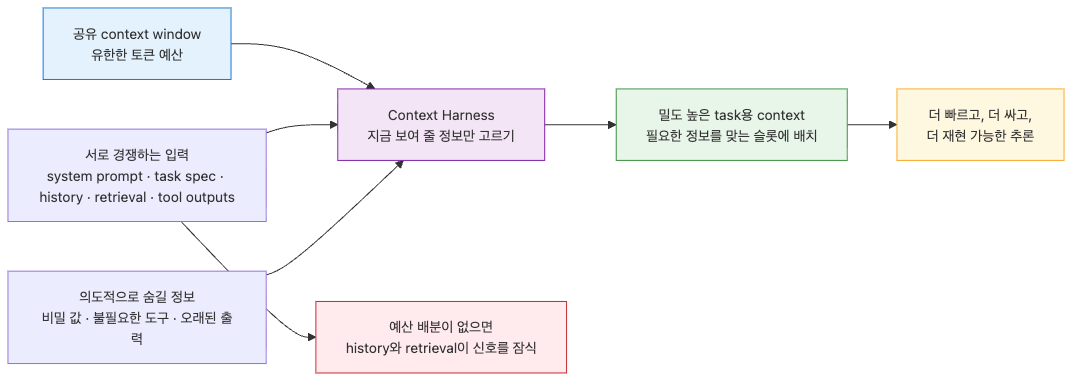
The Mermaid diagram assets/harness-engineering-101/03/03-01-context-harness-designing-what-the-agent.ko.png in yeongseon-books/book-content, before a commit. Its source is kept beside it as assets/harness-engineering-101/03/03-01-context-harness-designing-what-the-agent.ko.mmd. Its diagram source:
```mermaid
flowchart LR
    창["공유 context window\n유한한 토큰 예산"] --> 하네스["Context Harness\n지금 보여 줄 정보만 고르기"]

    입력["서로 경쟁하는 입력\nsystem prompt · task spec · history · retrieval · tool outputs"] --> 하네스
    숨김["의도적으로 숨길 정보\n비밀 값 · 불필요한 도구 · 오래된 출력"] --> 하네스

    하네스 --> 밀도["밀도 높은 task용 context\n필요한 정보를 맞는 슬롯에 배치"]
    밀도 --> 효과["더 빠르고, 더 싸고,\n더 재현 가능한 추론"]
    입력 --> 위험["예산 배분이 없으면\nhistory와 retrieval이 신호를 잠식"]

    style 창 fill:#e3f2fd,stroke:#1976d2
    style 하네스 fill:#f3e5f5,stroke:#7b1fa2
    style 밀도 fill:#e8f5e9,stroke:#388e3c
    style 효과 fill:#fff8e1,stroke:#f9a825
    style 위험 fill:#ffebee,stroke:#c62828
```
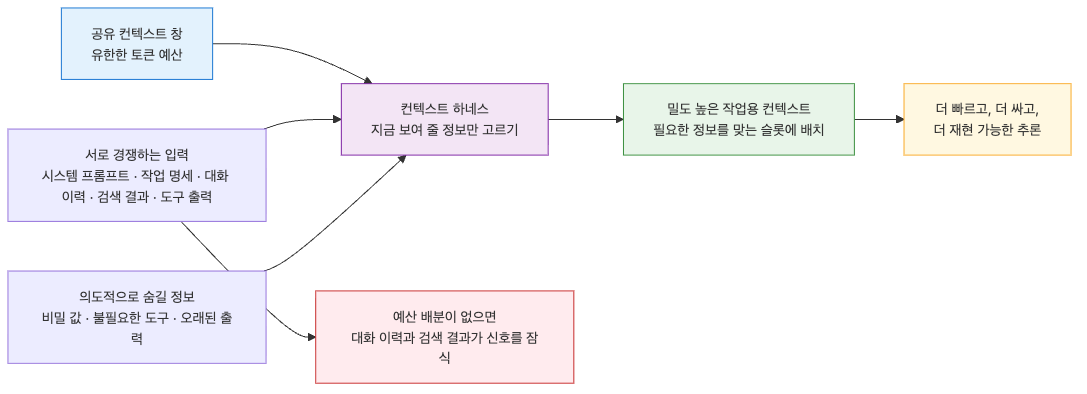
After the change.

What changed in the source:
```diff
@@ -1,12 +1,12 @@
 flowchart LR
-    창["공유 context window\n유한한 토큰 예산"] --> 하네스["Context Harness\n지금 보여 줄 정보만 고르기"]
+    창["공유 컨텍스트 창\n유한한 토큰 예산"] --> 하네스["컨텍스트 하네스\n지금 보여 줄 정보만 고르기"]
 
-    입력["서로 경쟁하는 입력\nsystem prompt · task spec · history · retrieval · tool outputs"] --> 하네스
+    입력["서로 경쟁하는 입력\n시스템 프롬프트 · 작업 명세 · 대화 이력 · 검색 결과 · 도구 출력"] --> 하네스
     숨김["의도적으로 숨길 정보\n비밀 값 · 불필요한 도구 · 오래된 출력"] --> 하네스
 
-    하네스 --> 밀도["밀도 높은 task용 context\n필요한 정보를 맞는 슬롯에 배치"]
+    하네스 --> 밀도["밀도 높은 작업용 컨텍스트\n필요한 정보를 맞는 슬롯에 배치"]
     밀도 --> 효과["더 빠르고, 더 싸고,\n더 재현 가능한 추론"]
-    입력 --> 위험["예산 배분이 없으면\nhistory와 retrieval이 신호를 잠식"]
+    입력 --> 위험["예산 배분이 없으면\n대화 이력과 검색 결과가 신호를 잠식"]
 
     style 창 fill:#e3f2fd,stroke:#1976d2
     style 하네스 fill:#f3e5f5,stroke:#7b1fa2
```
